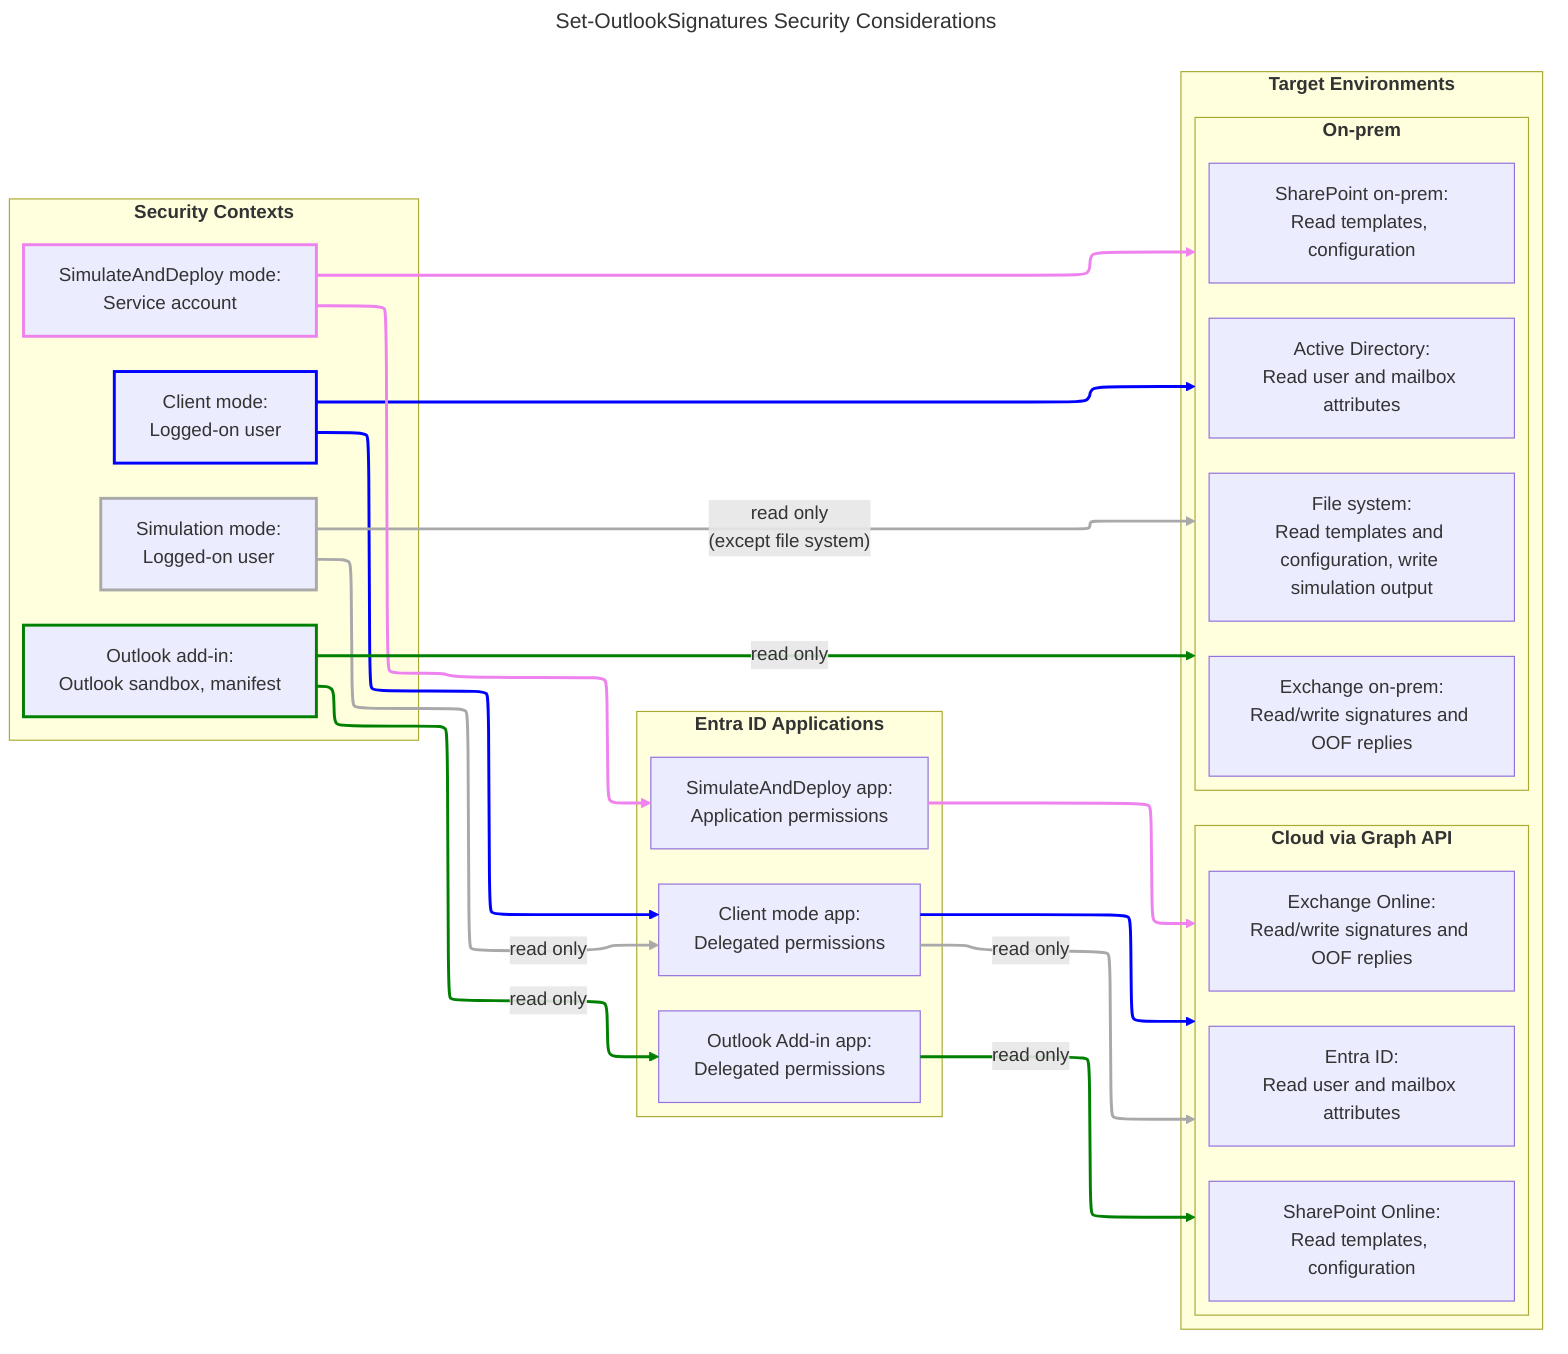
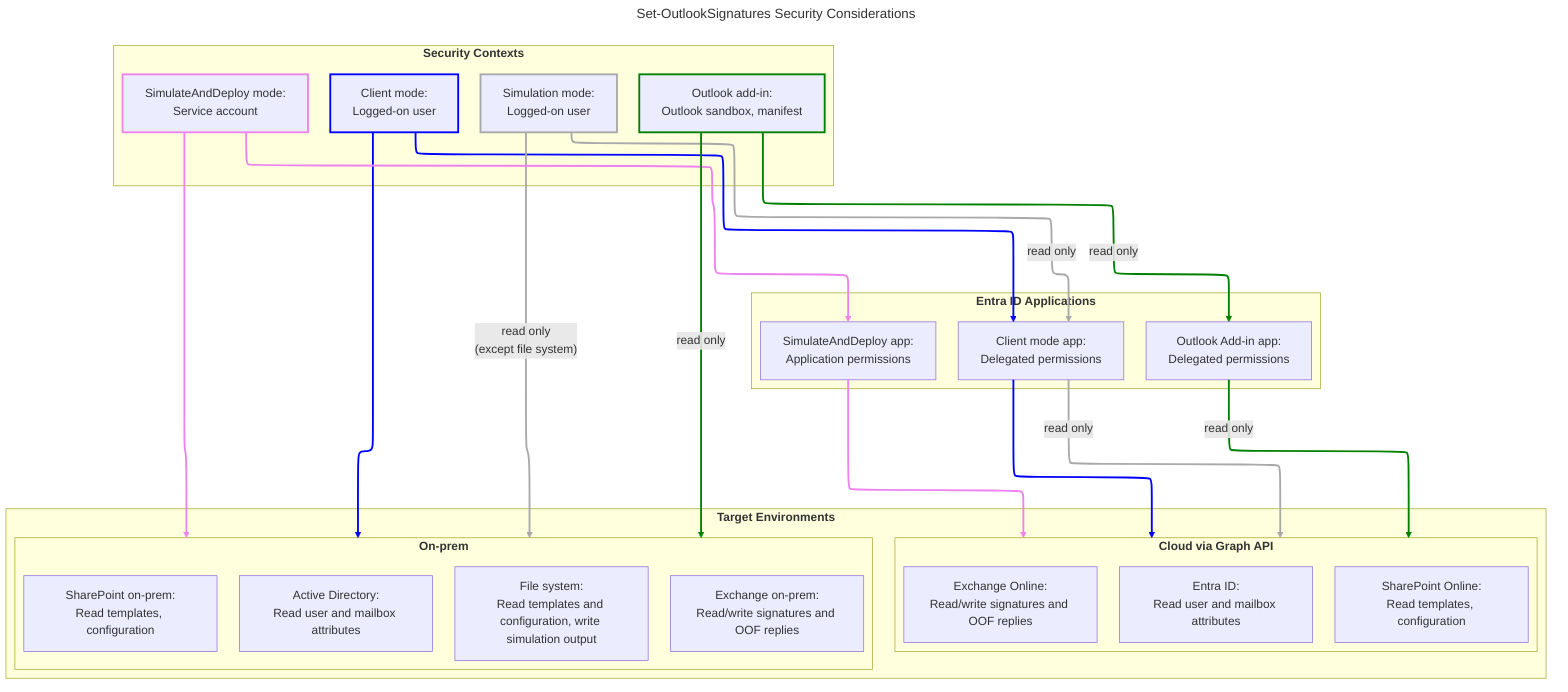
---
title: Set-OutlookSignatures Security Considerations
config:
  layout: elk
---
- flowchart LR
+ flowchart TB
  subgraph Contexts ["<b>Security Contexts</b>"]
    UserCtx["Client mode:<br>Logged-on user"]
    SimulateCtx["Simulation mode:<br>Logged-on user"]
    SvcCtx["SimulateAndDeploy mode:<br>Service account"]
    AddInCtx["Outlook add-in:<br>Outlook sandbox, manifest"]
  end

  subgraph EntraApps ["<b>Entra ID Applications</b>"]
    ClientApp["Client mode app:<br>Delegated permissions"]
    DeployApp["SimulateAndDeploy app:<br>Application permissions"]
    AddInApp["Outlook Add-in app:<br>Delegated permissions"]
  end

  subgraph Targets ["<b>Target Environments</b>"]
    subgraph onprem ["<b>On-prem</b>"]
      ActiveDirectory["Active Directory:<br>Read user and mailbox attributes"]
      File["File system:<br>Read templates and configuration, write simulation output"]
      SharePointOnprem["SharePoint on-prem:<br>Read templates, configuration"]
      ExchangeOnprem["Exchange on-prem:<br>Read/write signatures and OOF replies"]
    end

    subgraph cloud ["<b>Cloud via Graph API</b>"]
      EntraID["Entra ID:<br>Read user and mailbox attributes"]
      SharePointOnline["SharePoint Online:<br>Read templates, configuration"]
      ExchangeOnline["Exchange Online:<br>Read/write signatures and OOF replies"]
    end
  end

  UserCtx --> onprem
  UserCtx --> ClientApp
  ClientApp --> cloud

  SimulateCtx --> |"read only<br>(except file system)"| onprem
  SimulateCtx --> |"read only"| ClientApp --> |"read only"| cloud

  SvcCtx --> onprem
  SvcCtx --> DeployApp
  DeployApp --> cloud

  AddInCtx --> |"read only"| AddInApp
  AddInCtx --> |"read only"| onprem
  AddInApp --> |"read only"| cloud

  style UserCtx stroke:blue,stroke-width:2.5px
  style SimulateCtx stroke:darkgrey,stroke-width:2.5px
  style SvcCtx stroke:violet,stroke-width:2.5px
  style AddInCtx stroke:green,stroke-width:2.5px

  linkStyle 0,1,2 stroke:blue, stroke-width:2.5px
  linkStyle 3,4,5 stroke:darkgrey, stroke-width:2.5px
  linkStyle 6,7,8 stroke:violet, stroke-width:2.5px
  linkStyle 9,10,11 stroke:green, stroke-width:2.5px